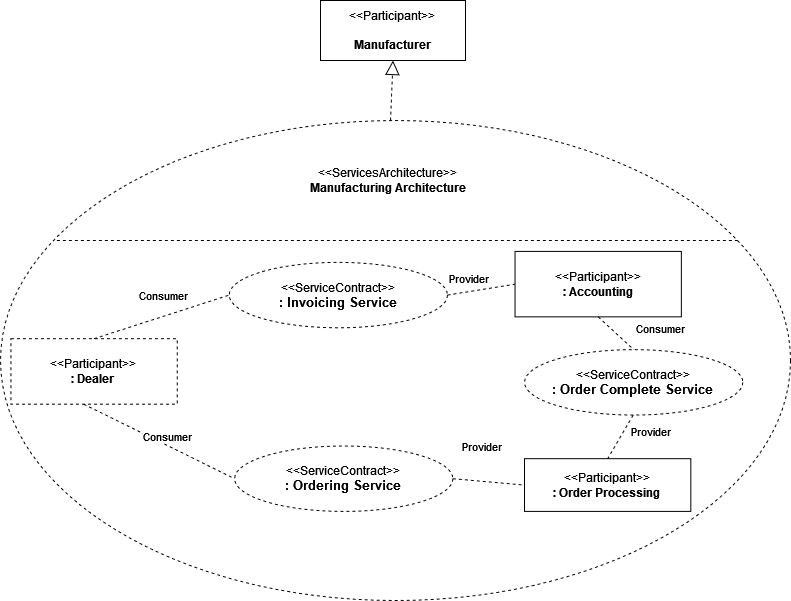
This is Images/Tutorial Images/Services Architecture/14.png from giva16/drawio-custom-lib, a draw.io export, as it was before one commit. Source tidied: cells renumbered, new cells last; positions are measured from the earlier drawing's top-left corner, leaving out a move shared by most shapes.
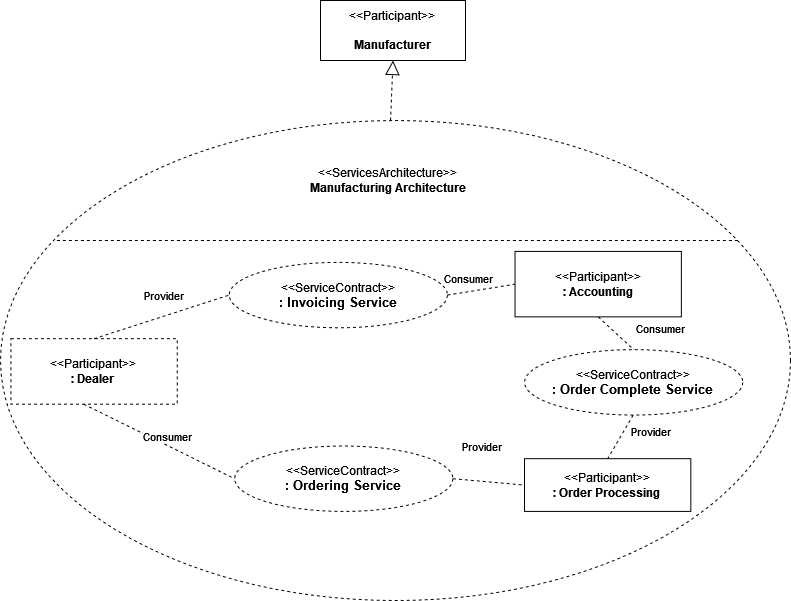
After the change.

The edit, as a diff of the source:
```diff
@@ -25,7 +25,7 @@
     <mxCell id="8" style="endArrow=none;dashed=1;html=1;rounded=0;exitX=0.5;exitY=0;exitDx=0;exitDy=0;entryX=0;entryY=0.5;entryDx=0;entryDy=0;" parent="2" edge="1" source="6" target="5">
       <mxGeometry relative="1" as="geometry" />
     </mxCell>
-    <mxCell id="9" value="Consumer" style="edgeLabel;html=1;align=center;verticalAlign=middle;" parent="8" vertex="1">
+    <mxCell id="9" value="Provider" style="edgeLabel;html=1;align=center;verticalAlign=middle;" parent="8" vertex="1">
       <mxGeometry x="0.04" y="4" relative="1" as="geometry">
         <mxPoint y="-17" as="offset" />
       </mxGeometry>
@@ -42,7 +42,7 @@
     <mxCell id="13" style="endArrow=none;dashed=1;html=1;rounded=0;entryX=0;entryY=0.5;entryDx=0;entryDy=0;exitX=1;exitY=0.5;exitDx=0;exitDy=0;" parent="2" edge="1" source="5" target="12">
       <mxGeometry relative="1" as="geometry" />
     </mxCell>
-    <mxCell id="14" value="Provider" style="edgeLabel;html=1;align=center;verticalAlign=middle;" parent="13" vertex="1">
+    <mxCell id="14" value="Consumer" style="edgeLabel;html=1;align=center;verticalAlign=middle;" parent="13" vertex="1">
       <mxGeometry x="-0.28" y="-2" relative="1" as="geometry">
         <mxPoint x="-4" y="-15" as="offset" />
       </mxGeometry>
```
